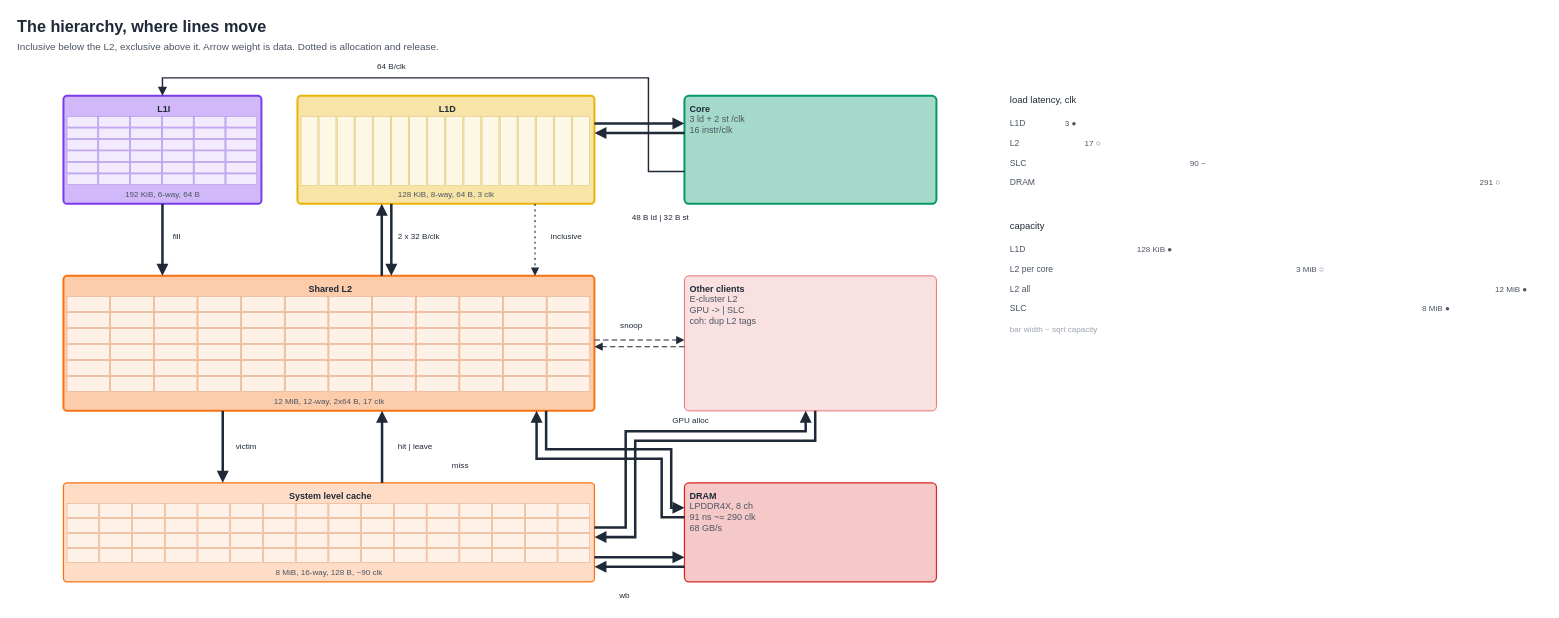
The draw.io diagram page "D4 hierarchy" (4 of 4) of drawio/cache-dataflow.drawio in ihagedo/firestorm-diagrams, before the edit. Source tidied: cells renumbered, new cells numbered last; positions are measured from the earlier drawing's top-left corner, leaving out a move shared by most shapes. Both pictures are drawn from the tidied source at 90%, with x=0, y=0 at pixel (15, 15).
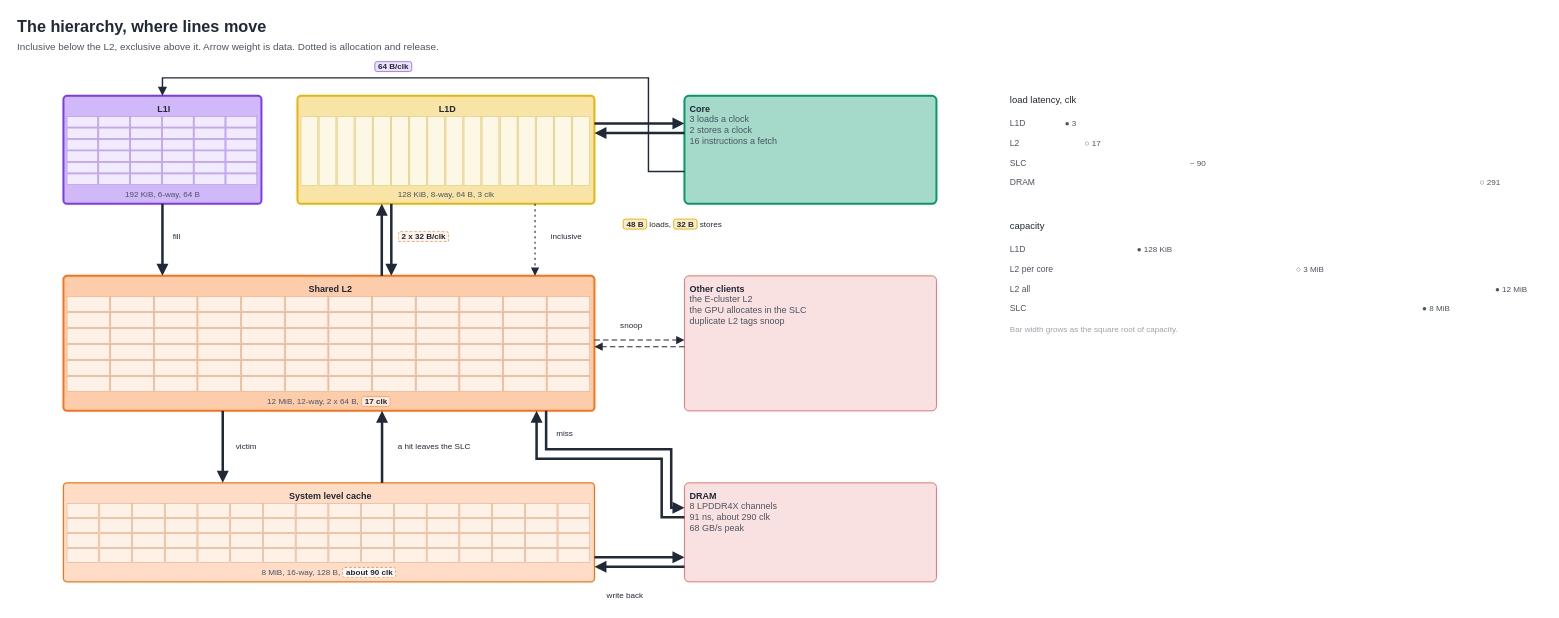
After the change.

Unchanged cells that the change refers to:
```xml
<mxCell id="60" value="&lt;b&gt;Shared L2&lt;/b&gt;" style="rounded=1;absoluteArcSize=1;arcSize=8;whiteSpace=wrap;html=1;fillColor=#fdcdab;strokeColor=#f97316;strokeWidth=2.2;dashed=0;fontSize=10;fontColor=#1f2937;align=center;verticalAlign=top;spacingLeft=4;spacingTop=2;" parent="1" vertex="1">
  <mxGeometry x="53" y="289" width="590" height="150" as="geometry" />
</mxCell>
<mxCell id="134" value="&lt;b&gt;System level cache&lt;/b&gt;" style="rounded=1;absoluteArcSize=1;arcSize=8;whiteSpace=wrap;html=1;fillColor=#fedcc5;strokeColor=#f97316;strokeWidth=1.4;dashed=0;fontSize=10;fontColor=#1f2937;align=center;verticalAlign=top;spacingLeft=4;spacingTop=2;" parent="1" vertex="1">
  <mxGeometry x="53" y="519" width="590" height="110" as="geometry" />
</mxCell>
```

The edit, as a diff of the source:
```diff
@@
-    <mxCell id="133" value="12 MiB, 12-way, 2x64 B, 17 clk" style="text;html=1;fontSize=9;fontColor=#4b5563;align=center;verticalAlign=bottom;" parent="60" vertex="1">
+    <mxCell id="133" value="12 MiB, 12-way, 2 x 64 B, &lt;span style=&quot;background-color:#feebde;border:1px solid #fb9d5c;border-radius:3px;padding:0 3px;font-weight:bold;color:#1f2937&quot;&gt;17 clk&lt;/span&gt;" style="text;html=1;fontSize=9;fontColor=#4b5563;align=center;verticalAlign=bottom;" parent="60" vertex="1">
       <mxGeometry y="134" width="590" height="14" as="geometry" />
     </mxCell>
@@
-    <mxCell id="199" value="8 MiB, 16-way, 128 B, ~90 clk" style="text;html=1;fontSize=9;fontColor=#4b5563;align=center;verticalAlign=bottom;" parent="134" vertex="1">
+    <mxCell id="199" value="8 MiB, 16-way, 128 B, &lt;span style=&quot;background-color:#fff9f6;border:1px dashed #fb9d5c;border-radius:3px;padding:0 3px;font-weight:bold;color:#1f2937&quot;&gt;about 90 clk&lt;/span&gt;" style="text;html=1;fontSize=9;fontColor=#4b5563;align=center;verticalAlign=bottom;" parent="134" vertex="1">
       <mxGeometry y="94" width="590" height="14" as="geometry" />
     </mxCell>
-    <mxCell id="200" value="&lt;b&gt;DRAM&lt;/b&gt;&lt;br&gt;&lt;span style='font-weight:normal;color:#4b5563'&gt;LPDDR4X, 8 ch&lt;/span&gt;&lt;br&gt;&lt;span style='font-weight:normal;color:#4b5563'&gt;91 ns ~= 290 clk&lt;/span&gt;&lt;br&gt;&lt;span style='font-weight:normal;color:#4b5563'&gt;68 GB/s&lt;/span&gt;" style="rounded=1;absoluteArcSize=1;arcSize=10;whiteSpace=wrap;html=1;fillColor=#f6c9c9;strokeColor=#dc2626;strokeWidth=1.4;dashed=0;fontSize=10;fontColor=#1f2937;align=left;verticalAlign=top;spacingLeft=4;spacingTop=2;" parent="1" vertex="1">
+    <mxCell id="200" value="&lt;b&gt;DRAM&lt;/b&gt;&lt;br&gt;&lt;span style='font-weight:normal;color:#4b5563'&gt;8 LPDDR4X channels&lt;/span&gt;&lt;br&gt;&lt;span style='font-weight:normal;color:#4b5563'&gt;91 ns, about 290 clk&lt;/span&gt;&lt;br&gt;&lt;span style='font-weight:normal;color:#4b5563'&gt;68 GB/s peak&lt;/span&gt;" style="rounded=1;absoluteArcSize=1;arcSize=10;whiteSpace=wrap;html=1;fillColor=#fae1e1;strokeColor=#e66767;strokeWidth=1;dashed=0;fontSize=10;fontColor=#1f2937;align=left;verticalAlign=top;spacingLeft=4;spacingTop=2;" parent="1" vertex="1">
       <mxGeometry x="743" y="519" width="280" height="110" as="geometry" />
     </mxCell>
-    <mxCell id="201" value="&lt;b&gt;Other clients&lt;/b&gt;&lt;br&gt;&lt;span style='font-weight:normal;color:#4b5563'&gt;E-cluster L2&lt;/span&gt;&lt;br&gt;&lt;span style='font-weight:normal;color:#4b5563'&gt;GPU -&amp;gt | SLC&lt;/span&gt;&lt;br&gt;&lt;span style='font-weight:normal;color:#4b5563'&gt;coh: dup L2 tags&lt;/span&gt;" style="rounded=1;absoluteArcSize=1;arcSize=10;whiteSpace=wrap;html=1;fillColor=#fae1e1;strokeColor=#e66767;strokeWidth=1;dashed=0;fontSize=10;fontColor=#1f2937;align=left;verticalAlign=top;spacingLeft=4;spacingTop=2;" parent="1" vertex="1">
+    <mxCell id="201" value="&lt;b&gt;Other clients&lt;/b&gt;&lt;br&gt;&lt;span style='font-weight:normal;color:#4b5563'&gt;the E-cluster L2&lt;/span&gt;&lt;br&gt;&lt;span style='font-weight:normal;color:#4b5563'&gt;the GPU allocates in the SLC&lt;/span&gt;&lt;br&gt;&lt;span style='font-weight:normal;color:#4b5563'&gt;duplicate L2 tags snoop&lt;/span&gt;" style="rounded=1;absoluteArcSize=1;arcSize=10;whiteSpace=wrap;html=1;fillColor=#fae1e1;strokeColor=#e66767;strokeWidth=1;dashed=0;fontSize=10;fontColor=#1f2937;align=left;verticalAlign=top;spacingLeft=4;spacingTop=2;" parent="1" vertex="1">
       <mxGeometry x="743" y="289" width="280" height="150" as="geometry" />
     </mxCell>
-    <mxCell id="202" value="&lt;b&gt;Core&lt;/b&gt;&lt;br&gt;&lt;span style='font-weight:normal;color:#4b5563'&gt;3 ld + 2 st /clk&lt;/span&gt;&lt;br&gt;&lt;span style='font-weight:normal;color:#4b5563'&gt;16 instr/clk&lt;/span&gt;" style="rounded=1;absoluteArcSize=1;arcSize=10;whiteSpace=wrap;html=1;fillColor=#a5d9c9;strokeColor=#059669;strokeWidth=2.2;dashed=0;fontSize=10;fontColor=#1f2937;align=left;verticalAlign=top;spacingLeft=4;spacingTop=2;" parent="1" vertex="1">
+    <mxCell id="202" value="&lt;b&gt;Core&lt;/b&gt;&lt;br&gt;&lt;span style='font-weight:normal;color:#4b5563'&gt;3 loads a clock&lt;/span&gt;&lt;br&gt;&lt;span style='font-weight:normal;color:#4b5563'&gt;2 stores a clock&lt;/span&gt;&lt;br&gt;&lt;span style='font-weight:normal;color:#4b5563'&gt;16 instructions a fetch&lt;/span&gt;" style="rounded=1;absoluteArcSize=1;arcSize=10;whiteSpace=wrap;html=1;fillColor=#a5d9c9;strokeColor=#059669;strokeWidth=2.2;dashed=0;fontSize=10;fontColor=#1f2937;align=left;verticalAlign=top;spacingLeft=4;spacingTop=2;" parent="1" vertex="1">
       <mxGeometry x="743" y="89" width="280" height="120" as="geometry" />
     </mxCell>
@@
-    <mxCell id="214" style="edgeStyle=none;noEdgeStyle=1;rounded=0;html=1;strokeWidth=2.8;strokeColor=#1f2937;dashed=0;endArrow=block;endFill=1;startArrow=none;startFill=1;exitX=0.51893;exitY=1.00000;exitDx=0;exitDy=0;exitPerimeter=0;entryX=1.00000;entryY=0.54818;entryDx=0;entryDy=0;entryPerimeter=0;" parent="1" edge="1" source="201" target="134">
-      <mxGeometry relative="1" as="geometry">
-        <Array as="points">
-          <mxPoint x="888.3" y="472.3" />
-          <mxPoint x="688.3" y="472.3" />
-          <mxPoint x="688.3" y="579.3" />
-        </Array>
-      </mxGeometry>
-    </mxCell>
-    <mxCell id="215" style="edgeStyle=none;noEdgeStyle=1;rounded=0;html=1;strokeWidth=2.8;strokeColor=#1f2937;dashed=0;endArrow=block;endFill=1;startArrow=none;startFill=1;exitX=1.00000;exitY=0.45182;exitDx=0;exitDy=0;exitPerimeter=0;entryX=0.48107;entryY=1.00000;entryDx=0;entryDy=0;entryPerimeter=0;" parent="1" edge="1" source="134" target="201">
-      <mxGeometry relative="1" as="geometry">
-        <Array as="points">
-          <mxPoint x="677.7" y="568.7" />
-          <mxPoint x="677.7" y="461.7" />
-          <mxPoint x="877.7" y="461.7" />
-        </Array>
-      </mxGeometry>
-    </mxCell>
@@
-    <mxCell id="220" value="48 B ld | 32 B st" style="text;html=1;fontSize=9;fontColor=#1f2937;align=left;verticalAlign=middle;fillColor=none;strokeColor=none;rounded=1;owner=e-core-l1d;" parent="1" vertex="1">
-      <mxGeometry x="683" y="214.5" width="115.3" height="18.5" as="geometry" />
-    </mxCell>
+    <mxCell id="250" value="&lt;span style=&quot;background-color:#faecc1;border:1.4px solid #eab308;border-radius:3px;padding:0 3px;font-weight:bold;color:#1f2937&quot;&gt;48 B&lt;/span&gt; loads, &lt;span style=&quot;background-color:#faecc1;border:1.4px solid #eab308;border-radius:3px;padding:0 3px;font-weight:bold;color:#1f2937&quot;&gt;32 B&lt;/span&gt; stores" style="text;html=1;fontSize=9;fontColor=#1f2937;align=left;verticalAlign=middle;fillColor=none;strokeColor=none;rounded=1;owner=e-core-l1d;" parent="1" vertex="1">
+      <mxGeometry x="673" y="222.5" width="176.1" height="18.5" as="geometry" />
+    </mxCell>
-    <mxCell id="221" value="64 B/clk" style="text;html=1;fontSize=9;fontColor=#1f2937;align=left;verticalAlign=middle;fillColor=none;strokeColor=none;rounded=1;owner=e-core-l1i;" parent="1" vertex="1">
-      <mxGeometry x="400.2" y="47.5" width="65.6" height="18.5" as="geometry" />
+    <mxCell id="221" value="&lt;span style=&quot;background-color:#ede3fc;border:1px solid #a375f2;border-radius:3px;padding:0 3px;font-weight:bold;color:#1f2937&quot;&gt;64 B/clk&lt;/span&gt;" style="text;html=1;fontSize=9;fontColor=#1f2937;align=left;verticalAlign=middle;fillColor=none;strokeColor=none;rounded=1;owner=e-core-l1i;" parent="1" vertex="1">
+      <mxGeometry x="396.7" y="47.5" width="72.6" height="18.5" as="geometry" />
     </mxCell>
-    <mxCell id="222" value="2 x 32 B/clk" style="text;html=1;fontSize=9;fontColor=#1f2937;align=left;verticalAlign=middle;fillColor=none;strokeColor=none;rounded=1;owner=e-l1d-l2;" parent="1" vertex="1">
-      <mxGeometry x="423" y="236.5" width="90.3" height="18.5" as="geometry" />
+    <mxCell id="222" value="&lt;span style=&quot;background-color:#fff4ec;border:1px dashed #fb9d5c;border-radius:3px;padding:0 3px;font-weight:bold;color:#1f2937&quot;&gt;2 x 32 B/clk&lt;/span&gt;" style="text;html=1;fontSize=9;fontColor=#1f2937;align=left;verticalAlign=middle;fillColor=none;strokeColor=none;rounded=1;owner=e-l1d-l2;" parent="1" vertex="1">
+      <mxGeometry x="423" y="236.5" width="95.1" height="18.5" as="geometry" />
     </mxCell>
@@
-    <mxCell id="226" value="hit | leave" style="text;html=1;fontSize=9;fontColor=#1f2937;align=left;verticalAlign=middle;fillColor=none;strokeColor=none;rounded=1;owner=e-slc-l2;" parent="1" vertex="1">
-      <mxGeometry x="423" y="469.5" width="72.9" height="18.5" as="geometry" />
-    </mxCell>
+    <mxCell id="251" value="a hit leaves the SLC" style="text;html=1;fontSize=9;fontColor=#1f2937;align=left;verticalAlign=middle;fillColor=none;strokeColor=none;rounded=1;owner=e-slc-l2;" parent="1" vertex="1">
+      <mxGeometry x="423" y="469.5" width="140.8" height="18.5" as="geometry" />
+    </mxCell>
     <mxCell id="227" value="miss" style="text;html=1;fontSize=9;fontColor=#1f2937;align=left;verticalAlign=middle;fillColor=none;strokeColor=none;rounded=1;owner=e-l2-dram;" parent="1" vertex="1">
-      <mxGeometry x="483" y="490.5" width="40" height="18.5" as="geometry" />
+      <mxGeometry x="599" y="455.5" width="40" height="18.5" as="geometry" />
     </mxCell>
-    <mxCell id="228" value="GPU alloc" style="text;html=1;fontSize=9;fontColor=#1f2937;align=left;verticalAlign=middle;fillColor=none;strokeColor=none;rounded=1;owner=e-other-slc;" parent="1" vertex="1">
-      <mxGeometry x="728" y="440.5" width="72.9" height="18.5" as="geometry" />
-    </mxCell>
-    <mxCell id="229" value="wb" style="text;html=1;fontSize=9;fontColor=#1f2937;align=left;verticalAlign=middle;fillColor=none;strokeColor=none;rounded=1;owner=e-slc-dram;" parent="1" vertex="1">
-      <mxGeometry x="669" y="634.5" width="27.9" height="18.5" as="geometry" />
-    </mxCell>
+    <mxCell id="252" value="write back" style="text;html=1;fontSize=9;fontColor=#1f2937;align=left;verticalAlign=middle;fillColor=none;strokeColor=none;rounded=1;owner=e-slc-dram;" parent="1" vertex="1">
+      <mxGeometry x="654.9" y="634.5" width="76.2" height="18.5" as="geometry" />
+    </mxCell>
@@
-    <mxCell id="233" value="3 ●" style="text;html=1;fontSize=9;fontColor=#4b5563;align=left;verticalAlign=middle;" parent="1" vertex="1">
-      <mxGeometry x="1163.8" y="111.5" width="20.2" height="16.5" as="geometry" />
-    </mxCell>
+    <mxCell id="253" value="● 3" style="text;html=1;fontSize=9;fontColor=#4b5563;align=left;verticalAlign=middle;" parent="1" vertex="1">
+      <mxGeometry x="1163.8" y="111.5" width="20.2" height="16.5" as="geometry" />
+    </mxCell>
@@
-    <mxCell id="235" value="17 ○" style="text;html=1;fontSize=9;fontColor=#4b5563;align=left;verticalAlign=middle;" parent="1" vertex="1">
-      <mxGeometry x="1186.2" y="133.5" width="24.7" height="16.5" as="geometry" />
-    </mxCell>
+    <mxCell id="254" value="○ 17" style="text;html=1;fontSize=9;fontColor=#4b5563;align=left;verticalAlign=middle;" parent="1" vertex="1">
+      <mxGeometry x="1186.2" y="133.5" width="24.7" height="16.5" as="geometry" />
+    </mxCell>
@@
-    <mxCell id="237" value="90 ~" style="text;html=1;fontSize=9;fontColor=#4b5563;align=left;verticalAlign=middle;" parent="1" vertex="1">
-      <mxGeometry x="1303" y="155.5" width="28.4" height="16.5" as="geometry" />
-    </mxCell>
+    <mxCell id="255" value="~ 90" style="text;html=1;fontSize=9;fontColor=#4b5563;align=left;verticalAlign=middle;" parent="1" vertex="1">
+      <mxGeometry x="1303" y="155.5" width="28.4" height="16.5" as="geometry" />
+    </mxCell>
@@
-    <mxCell id="239" value="291 ○" style="text;html=1;fontSize=9;fontColor=#4b5563;align=left;verticalAlign=middle;" parent="1" vertex="1">
-      <mxGeometry x="1624.6" y="177.5" width="32.9" height="16.5" as="geometry" />
-    </mxCell>
+    <mxCell id="256" value="○ 291" style="text;html=1;fontSize=9;fontColor=#4b5563;align=left;verticalAlign=middle;" parent="1" vertex="1">
+      <mxGeometry x="1624.6" y="177.5" width="32.9" height="16.5" as="geometry" />
+    </mxCell>
@@
-    <mxCell id="242" value="128 KiB ●" style="text;html=1;fontSize=9;fontColor=#4b5563;align=left;verticalAlign=middle;" parent="1" vertex="1">
-      <mxGeometry x="1244.3" y="251.5" width="60.9" height="16.5" as="geometry" />
-    </mxCell>
+    <mxCell id="257" value="● 128 KiB" style="text;html=1;fontSize=9;fontColor=#4b5563;align=left;verticalAlign=middle;" parent="1" vertex="1">
+      <mxGeometry x="1244.3" y="251.5" width="60.9" height="16.5" as="geometry" />
+    </mxCell>
@@
-    <mxCell id="244" value="3 MiB ○" style="text;html=1;fontSize=9;fontColor=#4b5563;align=left;verticalAlign=middle;" parent="1" vertex="1">
-      <mxGeometry x="1420.7" y="273.5" width="51.1" height="16.5" as="geometry" />
-    </mxCell>
+    <mxCell id="258" value="○ 3 MiB" style="text;html=1;fontSize=9;fontColor=#4b5563;align=left;verticalAlign=middle;" parent="1" vertex="1">
+      <mxGeometry x="1420.7" y="273.5" width="51.1" height="16.5" as="geometry" />
+    </mxCell>
@@
-    <mxCell id="246" value="12 MiB ●" style="text;html=1;fontSize=9;fontColor=#4b5563;align=left;verticalAlign=middle;" parent="1" vertex="1">
-      <mxGeometry x="1642.4" y="295.5" width="55.6" height="16.5" as="geometry" />
-    </mxCell>
+    <mxCell id="259" value="● 12 MiB" style="text;html=1;fontSize=9;fontColor=#4b5563;align=left;verticalAlign=middle;" parent="1" vertex="1">
+      <mxGeometry x="1642.4" y="295.5" width="55.6" height="16.5" as="geometry" />
+    </mxCell>
@@
-    <mxCell id="248" value="8 MiB ●" style="text;html=1;fontSize=9;fontColor=#4b5563;align=left;verticalAlign=middle;" parent="1" vertex="1">
-      <mxGeometry x="1561" y="317.5" width="51.1" height="16.5" as="geometry" />
-    </mxCell>
-    <mxCell id="249" value="bar width ~ sqrt capacity" style="text;html=1;fontSize=9;fontColor=#9ca3af;align=left;verticalAlign=middle;" parent="1" vertex="1">
-      <mxGeometry x="1103" y="340.5" width="160.3" height="16.5" as="geometry" />
-    </mxCell>
+    <mxCell id="260" value="● 8 MiB" style="text;html=1;fontSize=9;fontColor=#4b5563;align=left;verticalAlign=middle;" parent="1" vertex="1">
+      <mxGeometry x="1561" y="317.5" width="51.1" height="16.5" as="geometry" />
+    </mxCell>
+    <mxCell id="261" value="Bar width grows as the square root of capacity." style="text;html=1;fontSize=9;fontColor=#9ca3af;align=left;verticalAlign=middle;" parent="1" vertex="1">
+      <mxGeometry x="1103" y="340.5" width="306.1" height="16.5" as="geometry" />
+    </mxCell>
```
